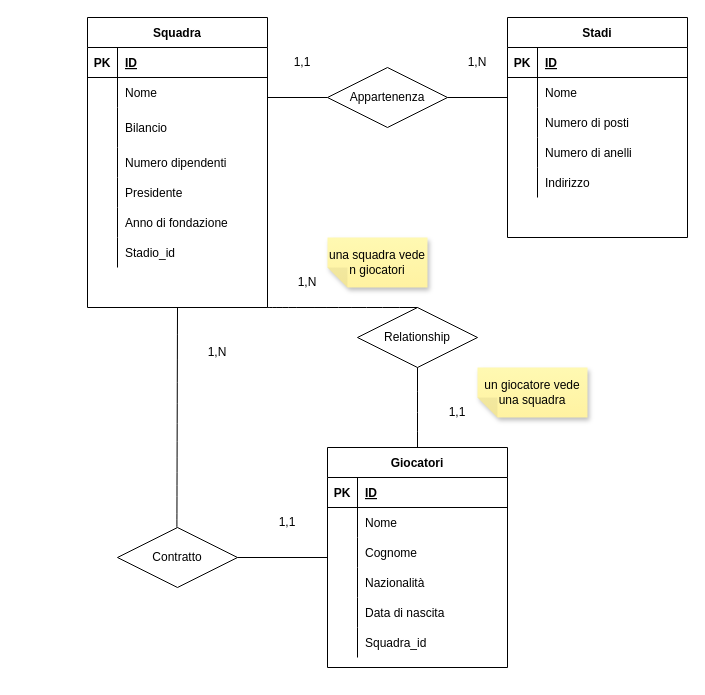
This is figc_ER.drawio from Michelangelo1999/database, a draw.io file, before an edit. Source tidied: cells renumbered, new cells numbered last; positions are measured from the earlier drawing's top-left corner, leaving out a move shared by most shapes. Both pictures are drawn from the tidied source at 100%, with x=0, y=0 at pixel (87, 17).
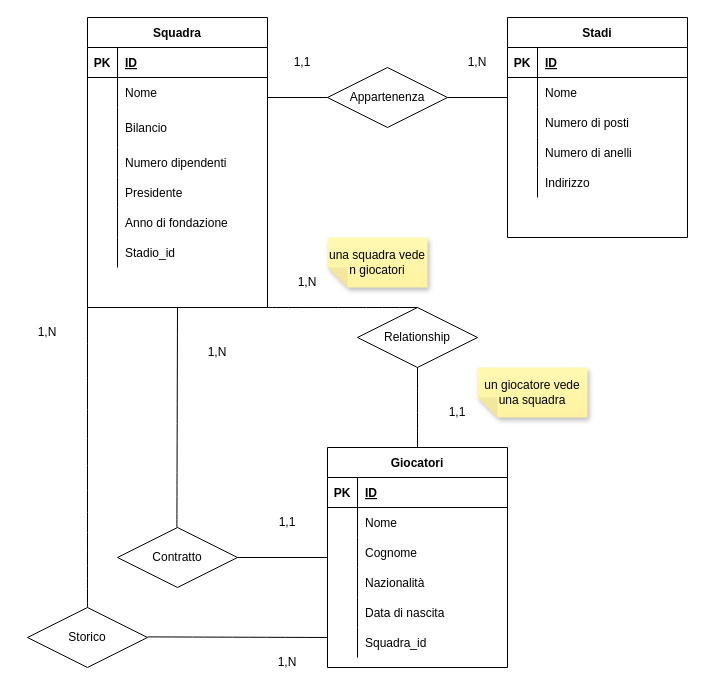
Above is the later version.

The change refers to these unchanged cells:
```xml
<mxCell id="2" value="Squadra" style="shape=table;startSize=30;childLayout=tableLayout;rowLines=0;fontStyle=1;align=center;hachureGap=4;" parent="1" vertex="1">
  <mxGeometry width="180" height="290" as="geometry" />
</mxCell>
<mxCell id="61" style="shape=tableRow;horizontal=0;startSize=0;swimlaneHead=0;swimlaneBody=0;fillColor=none;points=[[0,0.5],[1,0.5]];portConstraint=eastwest;top=0;left=0;right=0;bottom=0;hachureGap=4;" parent="45" vertex="1">
  <mxGeometry y="180" width="180" height="30" as="geometry" />
</mxCell>
```

What changed in the source:
```diff
@@
+    <mxCell id="76" value="Storico" style="shape=rhombus;perimeter=rhombusPerimeter;whiteSpace=wrap;html=1;align=center;hachureGap=4;" parent="1" vertex="1">
+      <mxGeometry x="-60" y="590" width="120" height="60" as="geometry" />
+    </mxCell>
+    <mxCell id="77" style="endArrow=none;html=1;rounded=0;startSize=14;endSize=14;sourcePerimeterSpacing=8;targetPerimeterSpacing=8;curved=1;entryX=0;entryY=0.333;entryDx=0;entryDy=0;entryPerimeter=0;" parent="1" edge="1" target="61">
+      <mxGeometry relative="1" as="geometry">
+        <mxPoint x="60" y="619.4" as="sourcePoint" />
+      </mxGeometry>
+    </mxCell>
+    <mxCell id="78" style="endArrow=none;html=1;rounded=0;startSize=14;endSize=14;sourcePerimeterSpacing=8;targetPerimeterSpacing=8;curved=1;entryX=0;entryY=1;entryDx=0;entryDy=0;" parent="1" edge="1" target="2">
+      <mxGeometry relative="1" as="geometry">
+        <mxPoint y="590" as="sourcePoint" />
+      </mxGeometry>
+    </mxCell>
+    <mxCell id="79" value="1,N" style="text;strokeColor=none;fillColor=none;html=1;align=center;verticalAlign=middle;whiteSpace=wrap;rounded=0;hachureGap=4;" parent="1" vertex="1">
+      <mxGeometry x="-70" y="300" width="60" height="30" as="geometry" />
+    </mxCell>
+    <mxCell id="80" value="1,N" style="text;strokeColor=none;fillColor=none;html=1;align=center;verticalAlign=middle;whiteSpace=wrap;rounded=0;hachureGap=4;" parent="1" vertex="1">
+      <mxGeometry x="170" y="630" width="60" height="30" as="geometry" />
+    </mxCell>
```
